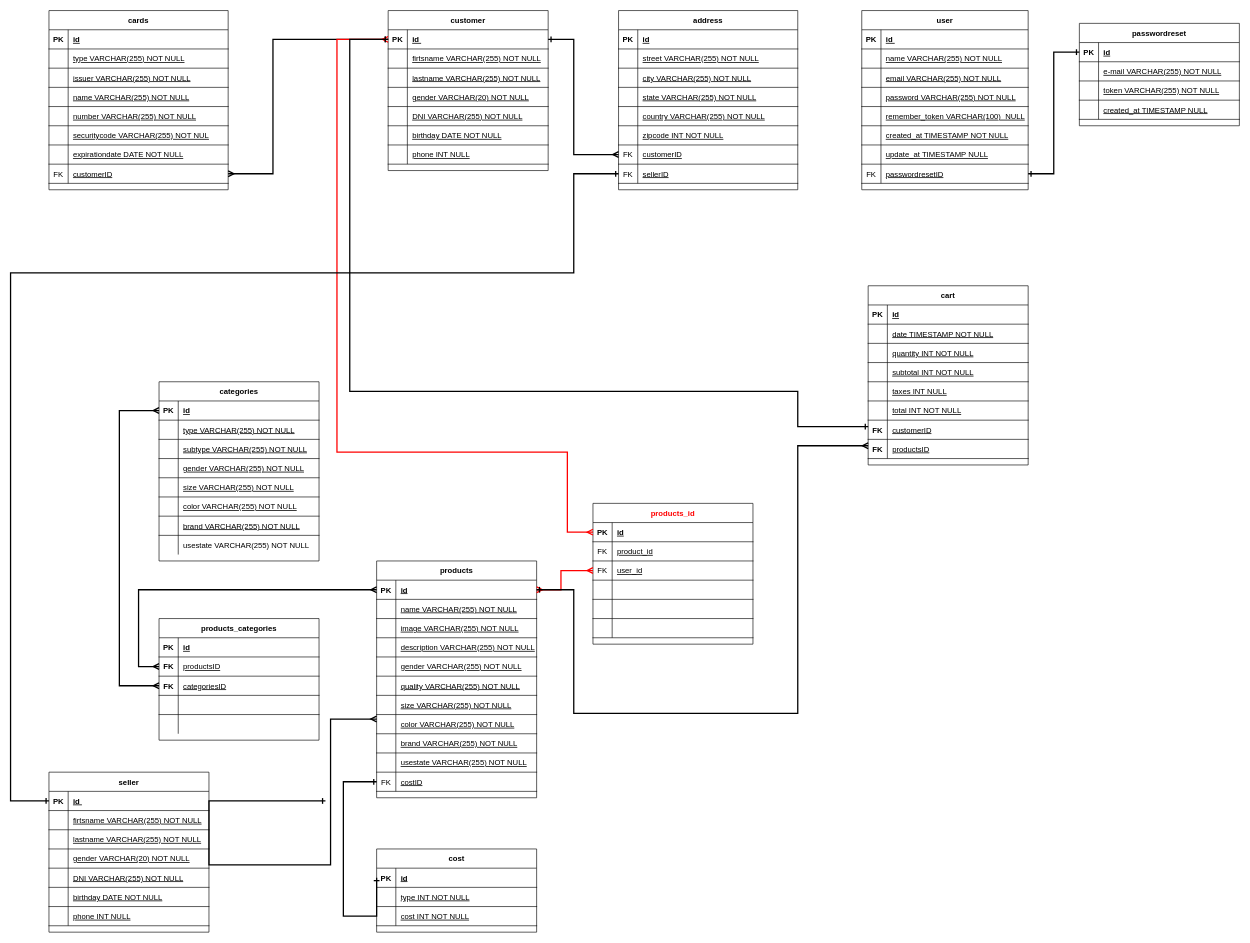
Above: Untitled Diagram.drawio in canetemauricio/equipo11 (draw.io), before the change. Source tidied: cells renumbered, new cells numbered last; positions are measured from the earlier drawing's top-left corner, leaving out a move shared by most shapes. Both pictures are drawn from the tidied source at 64%, with x=0, y=0 at pixel (10, 10).
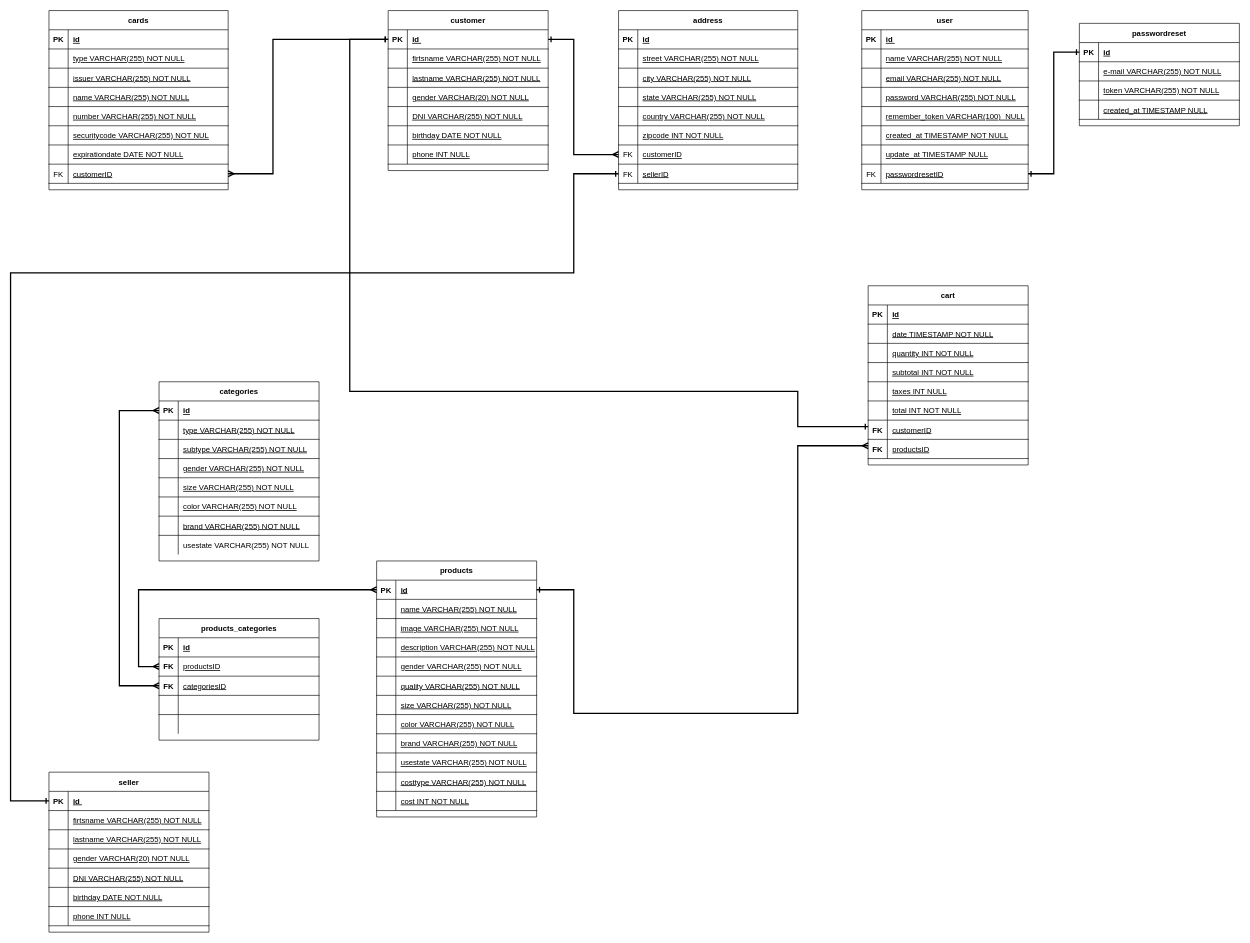
The same page after the edit.

Unchanged cells that the change refers to:
```xml
<mxCell id="3" style="shape=partialRectangle;fillColor=none;points=[[0,0.5],[1,0.5]];portConstraint=eastwest;top=0;left=0;right=0;bottom=1;" parent="2" vertex="1">
  <mxGeometry y="30" width="250" height="30" as="geometry" />
</mxCell>
<mxCell id="25" style="shape=partialRectangle;fillColor=none;points=[[0,0.5],[1,0.5]];portConstraint=eastwest;top=0;left=0;right=0;bottom=1;" parent="24" vertex="1">
  <mxGeometry y="30" width="250" height="30" as="geometry" />
</mxCell>
```

Diff of the diagram source:
```diff
@@
     <mxCell id="24" value="products" style="shape=table;startSize=30;childLayout=tableLayout;rowLines=0;fontStyle=1;align=center;" parent="1" vertex="1">
-      <mxGeometry x="572" y="860" width="250" height="370" as="geometry" />
+      <mxGeometry x="572" y="860" width="250" height="400" as="geometry" />
     </mxCell>
@@
-    <mxCell id="55" style="shape=partialRectangle;fillColor=none;points=[[0,0.5],[1,0.5]];portConstraint=eastwest;top=0;left=0;right=0;bottom=1;fontStyle=0;" parent="24" vertex="1">
-      <mxGeometry y="330" width="250" height="30" as="geometry" />
-    </mxCell>
-    <mxCell id="56" value="FK" style="shape=partialRectangle;overflow=hidden;fillColor=none;top=0;left=0;bottom=0;right=0;fontStyle=0;" parent="55" vertex="1">
-      <mxGeometry width="30" height="30" as="geometry" />
-    </mxCell>
-    <mxCell id="57" value="costID" style="shape=partialRectangle;overflow=hidden;fillColor=none;top=0;left=0;bottom=0;right=0;align=left;spacingLeft=6;fontStyle=4;" parent="55" vertex="1">
-      <mxGeometry x="30" width="220" height="30" as="geometry" />
-    </mxCell>
+    <mxCell id="269" style="shape=partialRectangle;fillColor=none;top=0;left=0;right=0;bottom=1;" parent="24" vertex="1">
+      <mxGeometry y="330" width="250" height="30" as="geometry" />
+    </mxCell>
+    <mxCell id="270" style="shape=partialRectangle;overflow=hidden;fillColor=none;top=0;left=0;bottom=0;right=0;fontStyle=1;" parent="269" vertex="1">
+      <mxGeometry width="30" height="30" as="geometry" />
+    </mxCell>
+    <mxCell id="271" value="costtype VARCHAR(255) NOT NULL" style="shape=partialRectangle;overflow=hidden;fillColor=none;top=0;left=0;bottom=0;right=0;align=left;spacingLeft=6;fontStyle=4;" parent="269" vertex="1">
+      <mxGeometry x="30" width="220" height="30" as="geometry" />
+    </mxCell>
+    <mxCell id="272" style="shape=partialRectangle;fillColor=none;top=0;left=0;right=0;bottom=1;fontStyle=0;" parent="24" vertex="1">
+      <mxGeometry y="360" width="250" height="30" as="geometry" />
+    </mxCell>
+    <mxCell id="273" style="shape=partialRectangle;overflow=hidden;fillColor=none;top=0;left=0;bottom=0;right=0;fontStyle=0;" parent="272" vertex="1">
+      <mxGeometry width="30" height="30" as="geometry" />
+    </mxCell>
+    <mxCell id="274" value="cost INT NOT NULL" style="shape=partialRectangle;overflow=hidden;fillColor=none;top=0;left=0;bottom=0;right=0;align=left;spacingLeft=6;fontStyle=4;" parent="272" vertex="1">
+      <mxGeometry x="30" width="220" height="30" as="geometry" />
+    </mxCell>
@@
-    <mxCell id="138" value="products_id" style="shape=table;startSize=30;childLayout=tableLayout;rowLines=0;fontStyle=1;align=center;fontColor=#FF0000;" parent="1" vertex="1">
-      <mxGeometry x="910" y="770" width="250" height="220" as="geometry" />
-    </mxCell>
-    <mxCell id="139" style="shape=partialRectangle;fillColor=none;points=[[0,0.5],[1,0.5]];portConstraint=eastwest;top=0;left=0;right=0;bottom=1;" parent="138" vertex="1">
-      <mxGeometry y="30" width="250" height="30" as="geometry" />
-    </mxCell>
-    <mxCell id="140" value="PK" style="shape=partialRectangle;overflow=hidden;fillColor=none;top=0;left=0;bottom=0;right=0;fontStyle=1;" parent="139" vertex="1">
-      <mxGeometry width="30" height="30" as="geometry" />
-    </mxCell>
-    <mxCell id="141" value="id" style="shape=partialRectangle;overflow=hidden;fillColor=none;top=0;left=0;bottom=0;right=0;align=left;spacingLeft=6;fontStyle=5;" parent="139" vertex="1">
-      <mxGeometry x="30" width="220" height="30" as="geometry" />
-    </mxCell>
-    <mxCell id="142" style="shape=partialRectangle;fillColor=none;top=0;left=0;right=0;bottom=1;fontStyle=0;" parent="138" vertex="1">
-      <mxGeometry y="60" width="250" height="30" as="geometry" />
-    </mxCell>
-    <mxCell id="143" value="FK" style="shape=partialRectangle;overflow=hidden;fillColor=none;top=0;left=0;bottom=0;right=0;fontStyle=0;" parent="142" vertex="1">
-      <mxGeometry width="30" height="30" as="geometry" />
-    </mxCell>
-    <mxCell id="144" value="product_id" style="shape=partialRectangle;overflow=hidden;fillColor=none;top=0;left=0;bottom=0;right=0;align=left;spacingLeft=6;fontStyle=4;" parent="142" vertex="1">
-      <mxGeometry x="30" width="220" height="30" as="geometry" />
-    </mxCell>
-    <mxCell id="145" style="shape=partialRectangle;fillColor=none;points=[[0,0.5],[1,0.5]];portConstraint=eastwest;top=0;left=0;right=0;bottom=1;fontStyle=0;" parent="138" vertex="1">
-      <mxGeometry y="90" width="250" height="30" as="geometry" />
-    </mxCell>
-    <mxCell id="146" value="FK" style="shape=partialRectangle;overflow=hidden;fillColor=none;top=0;left=0;bottom=0;right=0;fontStyle=0;" parent="145" vertex="1">
-      <mxGeometry width="30" height="30" as="geometry" />
-    </mxCell>
-    <mxCell id="147" value="user_id" style="shape=partialRectangle;overflow=hidden;fillColor=none;top=0;left=0;bottom=0;right=0;align=left;spacingLeft=6;fontStyle=4;" parent="145" vertex="1">
-      <mxGeometry x="30" width="220" height="30" as="geometry" />
-    </mxCell>
-    <mxCell id="148" style="shape=partialRectangle;fillColor=none;top=0;left=0;right=0;bottom=1;fontStyle=0;" parent="138" vertex="1">
-      <mxGeometry y="120" width="250" height="30" as="geometry" />
-    </mxCell>
-    <mxCell id="149" style="shape=partialRectangle;overflow=hidden;fillColor=none;top=0;left=0;bottom=0;right=0;fontStyle=0;" parent="148" vertex="1">
-      <mxGeometry width="30" height="30" as="geometry" />
-    </mxCell>
-    <mxCell id="150" style="shape=partialRectangle;overflow=hidden;fillColor=none;top=0;left=0;bottom=0;right=0;align=left;spacingLeft=6;fontStyle=4;" parent="148" vertex="1">
-      <mxGeometry x="30" width="220" height="30" as="geometry" />
-    </mxCell>
-    <mxCell id="151" style="shape=partialRectangle;fillColor=none;top=0;left=0;right=0;bottom=1;fontStyle=0;" parent="138" vertex="1">
-      <mxGeometry y="150" width="250" height="30" as="geometry" />
-    </mxCell>
-    <mxCell id="152" style="shape=partialRectangle;overflow=hidden;fillColor=none;top=0;left=0;bottom=0;right=0;fontStyle=0;" parent="151" vertex="1">
-      <mxGeometry width="30" height="30" as="geometry" />
-    </mxCell>
-    <mxCell id="153" style="shape=partialRectangle;overflow=hidden;fillColor=none;top=0;left=0;bottom=0;right=0;align=left;spacingLeft=6;fontStyle=4;" parent="151" vertex="1">
-      <mxGeometry x="30" width="220" height="30" as="geometry" />
-    </mxCell>
-    <mxCell id="154" style="shape=partialRectangle;fillColor=none;top=0;left=0;right=0;bottom=1;fontStyle=0;" parent="138" vertex="1">
-      <mxGeometry y="180" width="250" height="30" as="geometry" />
-    </mxCell>
-    <mxCell id="155" style="shape=partialRectangle;overflow=hidden;fillColor=none;top=0;left=0;bottom=0;right=0;fontStyle=0;" parent="154" vertex="1">
-      <mxGeometry width="30" height="30" as="geometry" />
-    </mxCell>
-    <mxCell id="156" style="shape=partialRectangle;overflow=hidden;fillColor=none;top=0;left=0;bottom=0;right=0;align=left;spacingLeft=6;fontStyle=4;" parent="154" vertex="1">
-      <mxGeometry x="30" width="220" height="30" as="geometry" />
-    </mxCell>
@@
-    <mxCell id="170" style="edgeStyle=orthogonalEdgeStyle;rounded=0;jettySize=auto;html=1;startArrow=ERmany;startFill=0;endArrow=ERmany;endFill=0;strokeWidth=2;exitX=1;exitY=0.5;exitDx=0;exitDy=0;entryX=0;entryY=0.5;entryDx=0;entryDy=0;strokeColor=#FF0000;" parent="1" edge="1" source="25" target="145">
-      <mxGeometry relative="1" as="geometry">
-        <Array as="points">
-          <mxPoint x="860" y="905" />
-          <mxPoint x="860" y="875" />
-        </Array>
-      </mxGeometry>
-    </mxCell>
-    <mxCell id="171" style="edgeStyle=orthogonalEdgeStyle;rounded=0;jettySize=auto;html=1;startArrow=ERmany;startFill=0;endArrow=ERmany;endFill=0;strokeWidth=2;entryX=0;entryY=0.5;entryDx=0;entryDy=0;exitX=0;exitY=0.5;exitDx=0;exitDy=0;fontColor=#FF0000;strokeColor=#FF0000;" parent="1" edge="1" source="139" target="3">
-      <mxGeometry relative="1" as="geometry">
-        <Array as="points">
-          <mxPoint x="870" y="815" />
-          <mxPoint x="870" y="690" />
-          <mxPoint x="510" y="690" />
-          <mxPoint x="510" y="45" />
-        </Array>
-      </mxGeometry>
-    </mxCell>
@@
-    <mxCell id="222" style="edgeStyle=orthogonalEdgeStyle;rounded=0;orthogonalLoop=1;jettySize=auto;html=1;startArrow=ERmany;startFill=0;endArrow=ERone;endFill=0;strokeWidth=2;entryX=1;entryY=0.5;entryDx=0;entryDy=0;" parent="1" edge="1">
-      <mxGeometry relative="1" as="geometry">
-        <mxPoint x="572" y="1107" as="sourcePoint" />
-        <mxPoint x="492" y="1235" as="targetPoint" />
-        <Array as="points">
-          <mxPoint x="500" y="1107" />
-          <mxPoint x="500" y="1335" />
-          <mxPoint x="310" y="1335" />
-        </Array>
-      </mxGeometry>
-    </mxCell>
@@
-    <mxCell id="265" value="cost" style="shape=table;startSize=30;childLayout=tableLayout;rowLines=0;fontStyle=1;align=center;" parent="1" vertex="1">
-      <mxGeometry x="572" y="1310" width="250" height="130" as="geometry" />
-    </mxCell>
-    <mxCell id="266" style="shape=partialRectangle;fillColor=none;points=[[0,0.5],[1,0.5]];portConstraint=eastwest;top=0;left=0;right=0;bottom=1;" parent="265" vertex="1">
-      <mxGeometry y="30" width="250" height="30" as="geometry" />
-    </mxCell>
-    <mxCell id="267" value="PK" style="shape=partialRectangle;overflow=hidden;fillColor=none;top=0;left=0;bottom=0;right=0;fontStyle=1;" parent="266" vertex="1">
-      <mxGeometry width="30" height="30" as="geometry" />
-    </mxCell>
-    <mxCell id="268" value="id" style="shape=partialRectangle;overflow=hidden;fillColor=none;top=0;left=0;bottom=0;right=0;align=left;spacingLeft=6;fontStyle=5;" parent="266" vertex="1">
-      <mxGeometry x="30" width="220" height="30" as="geometry" />
-    </mxCell>
-    <mxCell id="269" style="shape=partialRectangle;fillColor=none;top=0;left=0;right=0;bottom=1;" parent="265" vertex="1">
-      <mxGeometry y="60" width="250" height="30" as="geometry" />
-    </mxCell>
-    <mxCell id="270" style="shape=partialRectangle;overflow=hidden;fillColor=none;top=0;left=0;bottom=0;right=0;fontStyle=1;" parent="269" vertex="1">
-      <mxGeometry width="30" height="30" as="geometry" />
-    </mxCell>
-    <mxCell id="271" value="type INT NOT NULL" style="shape=partialRectangle;overflow=hidden;fillColor=none;top=0;left=0;bottom=0;right=0;align=left;spacingLeft=6;fontStyle=4;" parent="269" vertex="1">
-      <mxGeometry x="30" width="220" height="30" as="geometry" />
-    </mxCell>
-    <mxCell id="272" style="shape=partialRectangle;fillColor=none;top=0;left=0;right=0;bottom=1;fontStyle=0;" parent="265" vertex="1">
-      <mxGeometry y="90" width="250" height="30" as="geometry" />
-    </mxCell>
-    <mxCell id="273" style="shape=partialRectangle;overflow=hidden;fillColor=none;top=0;left=0;bottom=0;right=0;fontStyle=0;" parent="272" vertex="1">
-      <mxGeometry width="30" height="30" as="geometry" />
-    </mxCell>
-    <mxCell id="274" value="cost INT NOT NULL" style="shape=partialRectangle;overflow=hidden;fillColor=none;top=0;left=0;bottom=0;right=0;align=left;spacingLeft=6;fontStyle=4;" parent="272" vertex="1">
-      <mxGeometry x="30" width="220" height="30" as="geometry" />
-    </mxCell>
-    <mxCell id="275" style="edgeStyle=orthogonalEdgeStyle;rounded=0;jettySize=auto;html=1;entryX=0;entryY=0.5;entryDx=0;entryDy=0;startArrow=ERone;startFill=0;endArrow=ERone;endFill=0;strokeWidth=2;exitX=0;exitY=0.5;exitDx=0;exitDy=0;" parent="1" edge="1" source="266" target="55">
-      <mxGeometry relative="1" as="geometry">
-        <Array as="points">
-          <mxPoint x="520" y="1415" />
-          <mxPoint x="520" y="1205" />
-        </Array>
-      </mxGeometry>
-    </mxCell>
```
